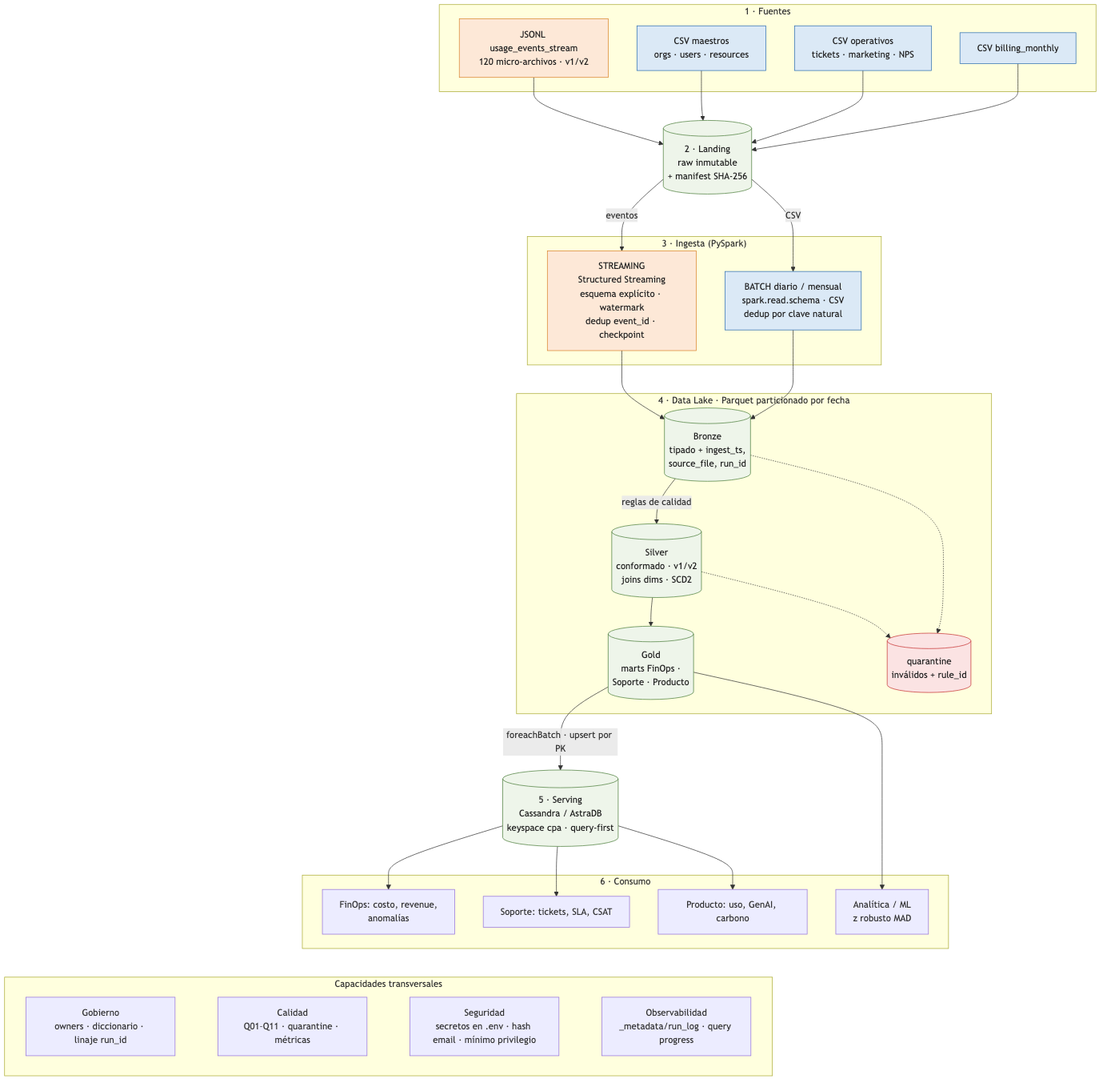
Above: docs/diagramas/arquitectura_v1.png in KatiaMenshikoff/TP-BIGDATA (Mermaid), before the change. Its source is kept beside it as docs/diagramas/arquitectura_v1.mmd.
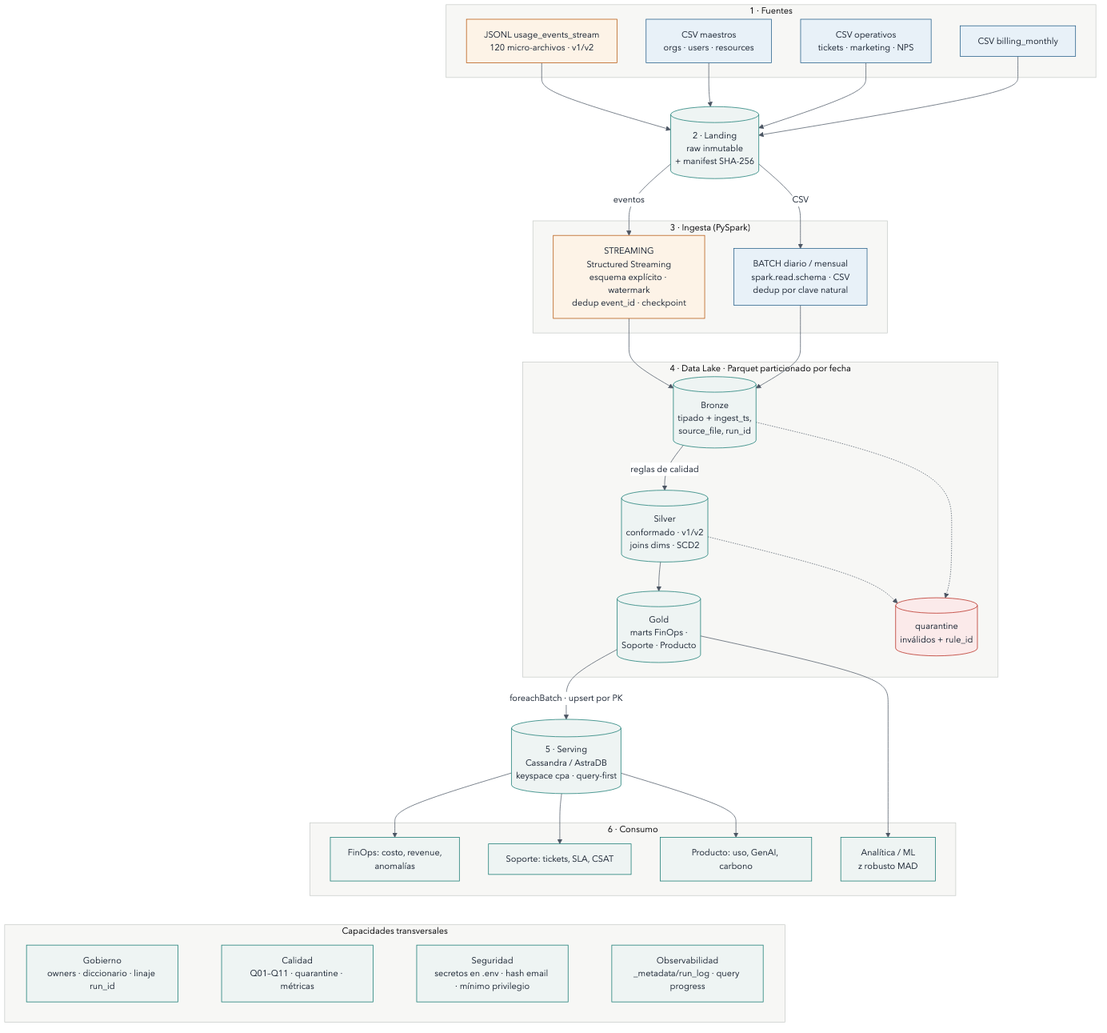
The same file after the commit.

What changed in the source:
```diff
@@ -56,10 +56,10 @@
   G1 ~~~ G2 ~~~ G3 ~~~ G4
   USE ~~~ TX
 
-  classDef stream fill:#fde8d7,stroke:#d9822b,color:#222
-  classDef batch fill:#dbe9f6,stroke:#2b6cb0,color:#222
-  classDef store fill:#eef5ea,stroke:#4a7c3a,color:#222
-  classDef bad fill:#fbe3e3,stroke:#c53030,color:#222
+  classDef stream fill:#fdf3e7,stroke:#b45309,color:#1f2937
+  classDef batch fill:#e8f1f8,stroke:#1e5a85,color:#1f2937
+  classDef store fill:#eef4f3,stroke:#0f766e,color:#1f2937
+  classDef bad fill:#fbeaea,stroke:#b42318,color:#1f2937
   class S4,T1 stream
   class S1,S2,S3,B1 batch
   class L,BR,SV,GD,C store
```
